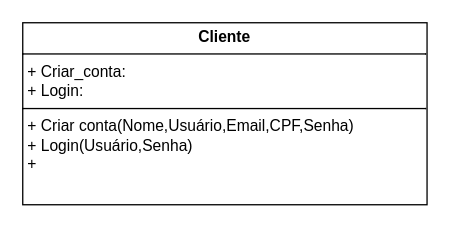
This is page "D. Classes" (4 of 4) of Diagrama sem nome.drawio from Eduardo-1105/diagramasderequesitos, a draw.io file, before an edit. Source tidied: cells renumbered, new cells numbered last; positions are measured from the earlier drawing's top-left corner, leaving out a move shared by most shapes. Both pictures are drawn from the tidied source at 130%, with x=0, y=0 at pixel (22, 22).
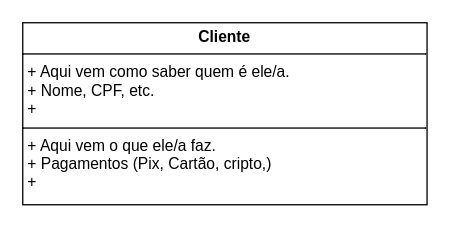
After the change.

The edit, as a diff of the source:
```diff
@@
 <mxGraphModel>
   <root>
     <mxCell id="0" />
     <mxCell id="1" parent="0" />
-    <mxCell id="2" value="&lt;p style=&quot;margin:0px;margin-top:4px;text-align:center;&quot;&gt;&lt;b&gt;Cliente&lt;/b&gt;&lt;/p&gt;&lt;hr size=&quot;1&quot; style=&quot;border-style:solid;&quot;&gt;&lt;p style=&quot;margin:0px;margin-left:4px;&quot;&gt;+ Criar_conta:&lt;br&gt;+ Login:&lt;/p&gt;&lt;hr size=&quot;1&quot; style=&quot;border-style:solid;&quot;&gt;&lt;p style=&quot;margin:0px;margin-left:4px;&quot;&gt;+ Criar conta(Nome,Usuário,Email,CPF,Senha)&lt;br&gt;+ Login(Usuário,Senha)&lt;/p&gt;&lt;p style=&quot;margin:0px;margin-left:4px;&quot;&gt;+&amp;nbsp;&lt;/p&gt;" style="verticalAlign=top;align=left;overflow=fill;html=1;whiteSpace=wrap;" parent="1" vertex="1">
+    <mxCell id="2" value="&lt;p style=&quot;margin:0px;margin-top:4px;text-align:center;&quot;&gt;&lt;b&gt;Cliente&lt;/b&gt;&lt;/p&gt;&lt;hr size=&quot;1&quot; style=&quot;border-style:solid;&quot;&gt;&lt;p style=&quot;margin:0px;margin-left:4px;&quot;&gt;+ Aqui vem como saber quem é ele/a.&lt;br&gt;&lt;/p&gt;&lt;p style=&quot;margin:0px;margin-left:4px;&quot;&gt;+ Nome, CPF, etc.&lt;/p&gt;&lt;p style=&quot;margin:0px;margin-left:4px;&quot;&gt;+&lt;/p&gt;&lt;hr size=&quot;1&quot; style=&quot;border-style:solid;&quot;&gt;&lt;p style=&quot;margin:0px;margin-left:4px;&quot;&gt;+ Aqui vem o que ele/a faz.&lt;br&gt;&lt;/p&gt;&lt;p style=&quot;margin:0px;margin-left:4px;&quot;&gt;+ Pagamentos (Pix, Cartão, cripto,)&lt;/p&gt;&lt;p style=&quot;margin:0px;margin-left:4px;&quot;&gt;+&amp;nbsp;&lt;/p&gt;" style="verticalAlign=top;align=left;overflow=fill;html=1;whiteSpace=wrap;" parent="1" vertex="1">
       <mxGeometry width="311" height="140" as="geometry" />
     </mxCell>
   </root>
 </mxGraphModel>
```
